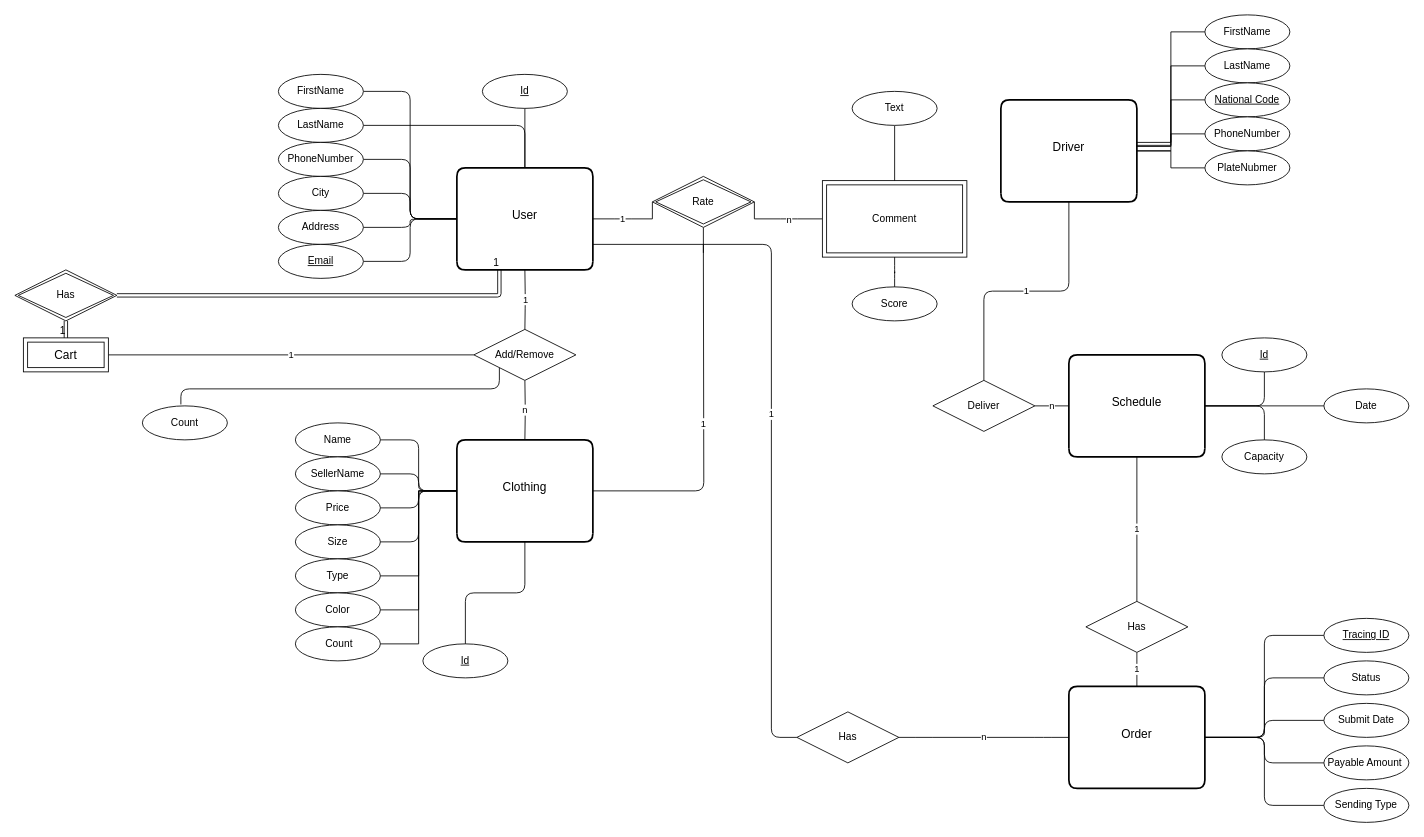
Earlier version of the draw.io diagram Market.drawio (yasharzb/Health-Management). Source tidied: cells renumbered, new cells numbered last; positions are measured from the earlier drawing's top-left corner, leaving out a move shared by most shapes. Both pictures are drawn from the tidied source at 85%, with x=0, y=0 at pixel (14, 14).
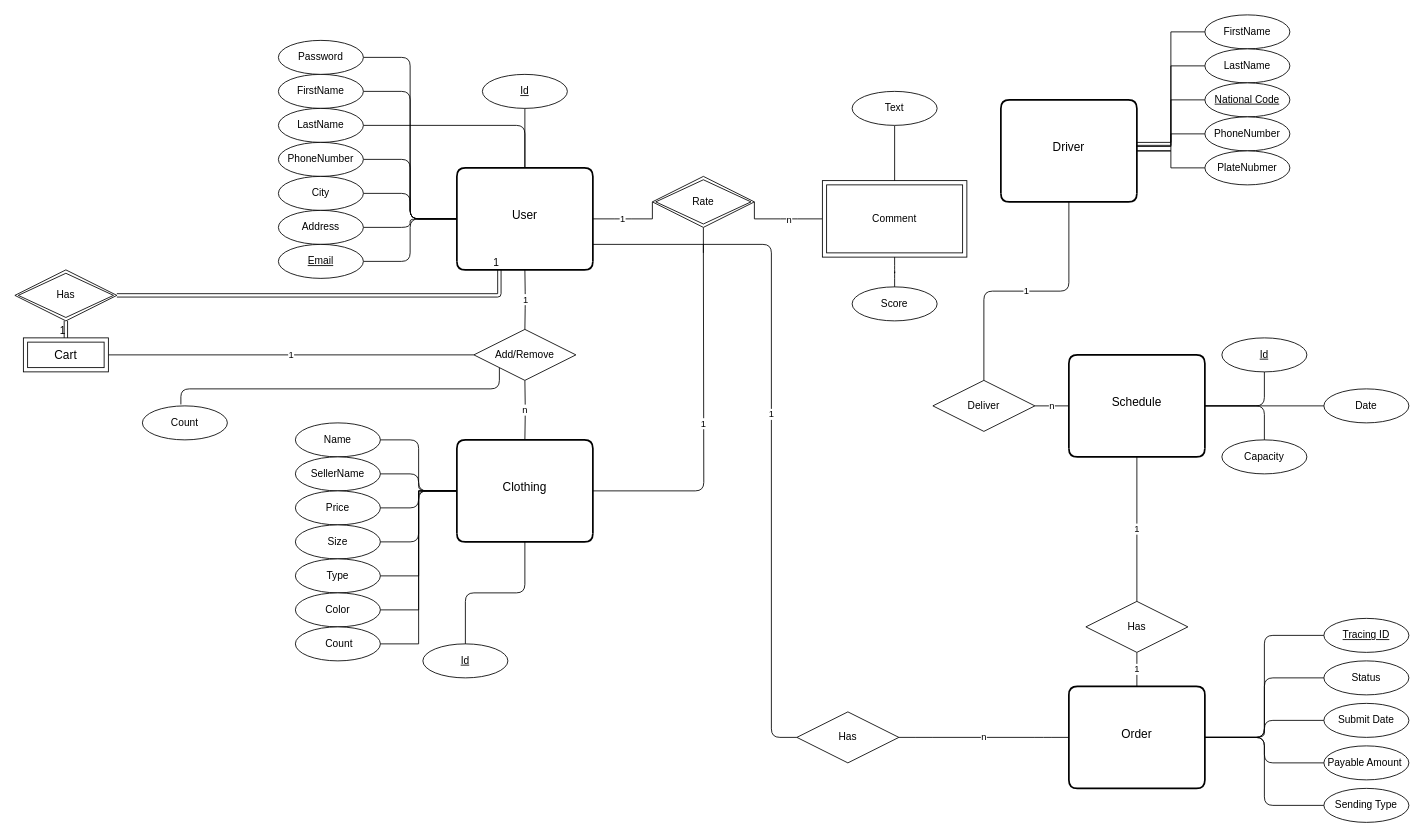
Above is the later version.

Unchanged cells that the change refers to:
```xml
<mxCell id="3" value="User" style="swimlane;horizontal=1;startSize=110;rounded=1;fontSize=14;fontStyle=0;strokeWidth=2;shadow=0;dashed=0;align=center;swimlaneLine=0;" parent="1" vertex="1">
  <mxGeometry x="520" y="180" width="160" height="120" as="geometry" />
</mxCell>
```

Diff of the diagram source:
```diff
@@
+    <mxCell id="96" style="edgeStyle=orthogonalEdgeStyle;rounded=1;jettySize=auto;html=1;entryX=0;entryY=0.5;entryDx=0;entryDy=0;endArrow=none;endFill=0;strokeColor=none;" parent="1" edge="1" source="98" target="3">
+      <mxGeometry relative="1" as="geometry" />
+    </mxCell>
+    <mxCell id="97" style="edgeStyle=orthogonalEdgeStyle;rounded=1;jettySize=auto;html=1;entryX=0;entryY=0.5;entryDx=0;entryDy=0;endArrow=none;endFill=0;strokeColor=#000000;" parent="1" edge="1" source="98" target="3">
+      <mxGeometry relative="1" as="geometry" />
+    </mxCell>
+    <mxCell id="98" value="Password" style="ellipse;whiteSpace=wrap;html=1;align=center;" parent="1" vertex="1">
+      <mxGeometry x="310" y="30" width="100" height="40" as="geometry" />
+    </mxCell>
```
